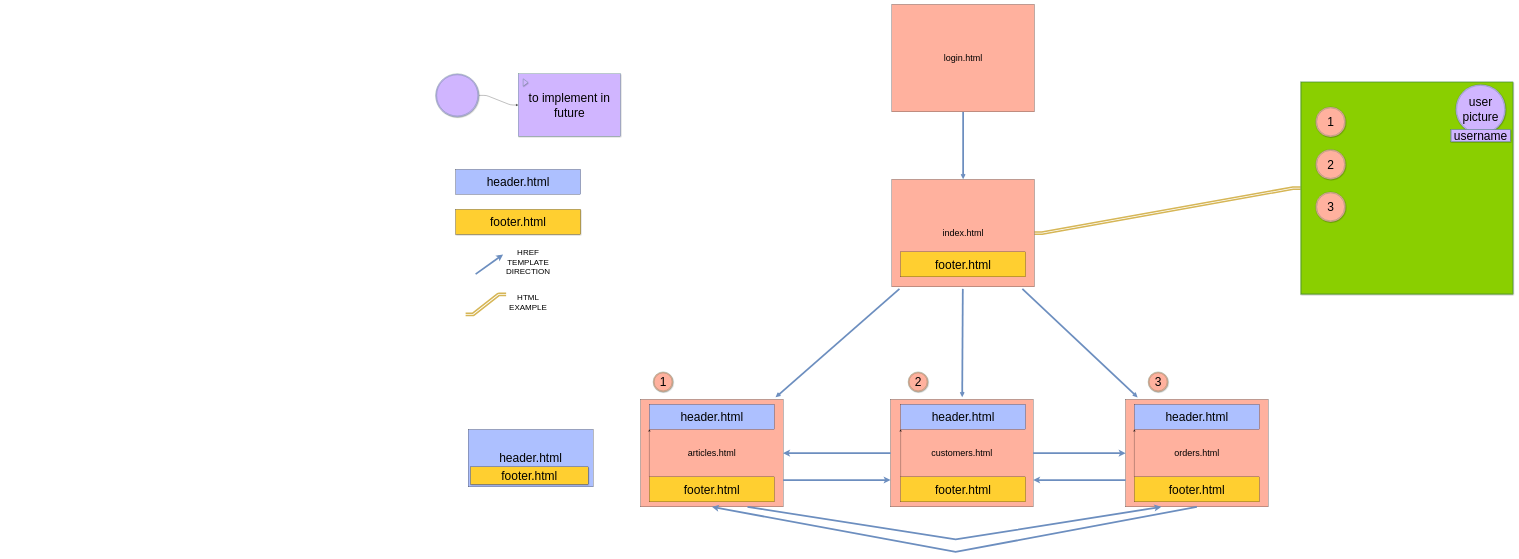
Earlier version of the draw.io diagram diagram_templates.drawio (DarthKenar/ElCanarioRegionales). Source tidied: cells renumbered, new cells numbered last; positions are measured from the earlier drawing's top-left corner, leaving out a move shared by most shapes. Both pictures are drawn from the tidied source at 25%, with x=0, y=0 at pixel (436, 4).
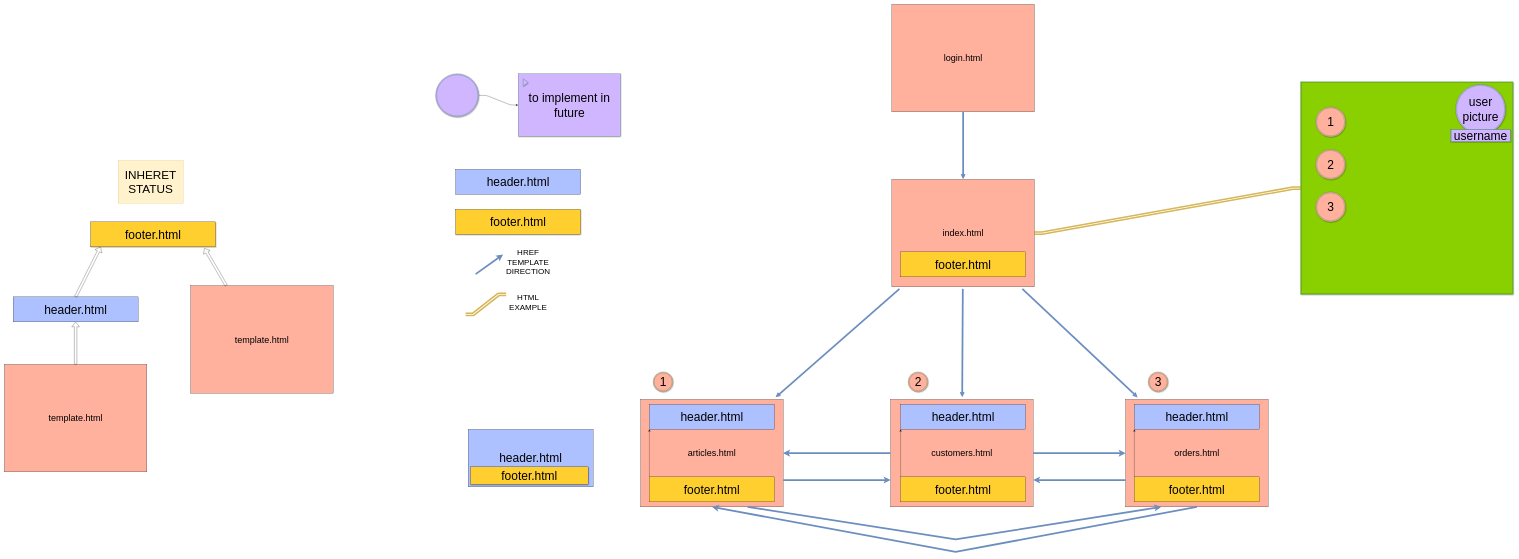
The same diagram, later.

Commit message:
📖 DOC:  diagram_templates updated

added inheret diagram 🧷

On branch master
Changes to be committed:
	modified:   diagram_templates.drawio

Change to the diagram source:
```diff
@@
+    <mxCell id="54" value="&lt;font style=&quot;font-size: 48px;&quot;&gt;footer.html&lt;/font&gt;" style="rounded=0;whiteSpace=wrap;html=1;shadow=1;fillColor=#FFCF30;" parent="1" vertex="1">
+      <mxGeometry x="-1380" y="870" width="500" height="100" as="geometry" />
+    </mxCell>
+    <mxCell id="55" value="&lt;font style=&quot;font-size: 48px;&quot;&gt;header.html&lt;/font&gt;" style="rounded=0;whiteSpace=wrap;html=1;fillColor=#ADC0FF;" parent="1" vertex="1">
+      <mxGeometry x="-1690" y="1170" width="500" height="100" as="geometry" />
+    </mxCell>
+    <mxCell id="56" style="shape=flexArrow;endArrow=classic;html=1;exitX=0.5;exitY=0;exitDx=0;exitDy=0;" parent="1" edge="1" source="55">
+      <mxGeometry relative="1" as="geometry">
+        <mxPoint x="-1340" y="970" as="targetPoint" />
+      </mxGeometry>
+    </mxCell>
+    <mxCell id="57" style="group;" parent="1" vertex="1">
+      <mxGeometry x="-1725" y="1440" width="570" height="430" as="geometry" />
+    </mxCell>
+    <mxCell id="58" value="template.html" style="rounded=0;whiteSpace=wrap;html=1;fontSize=36;fillColor=#FFB19E;" parent="57" vertex="1">
+      <mxGeometry width="570" height="430" as="geometry" />
+    </mxCell>
+    <mxCell id="59" style="group;" parent="1" vertex="1">
+      <mxGeometry x="-940" y="1055" width="570" height="430" as="geometry" />
+    </mxCell>
+    <mxCell id="60" value="template.html" style="rounded=0;whiteSpace=wrap;html=1;fontSize=36;fillColor=#FFB19E;" parent="59" vertex="1">
+      <mxGeometry x="-40" y="70" width="570" height="430" as="geometry" />
+    </mxCell>
+    <mxCell id="61" style="shape=flexArrow;endArrow=classic;html=1;exitX=0.5;exitY=0;exitDx=0;exitDy=0;exitPerimeter=0;" parent="1" edge="1" source="58">
+      <mxGeometry relative="1" as="geometry">
+        <mxPoint x="-1440" y="1270" as="targetPoint" />
+      </mxGeometry>
+    </mxCell>
+    <mxCell id="62" style="shape=flexArrow;endArrow=classic;html=1;entryX=0.91;entryY=1.05;entryDx=0;entryDy=0;entryPerimeter=0;exitX=0.25;exitY=0;exitDx=0;exitDy=0;" parent="1" edge="1" source="60" target="54">
+      <mxGeometry relative="1" as="geometry" />
+    </mxCell>
+    <mxCell id="63" value="&lt;font style=&quot;font-size: 47px&quot;&gt;INHERET&lt;br&gt;STATUS&lt;br&gt;&lt;/font&gt;" style="text;html=1;strokeColor=#d6b656;fillColor=#fff2cc;align=center;verticalAlign=middle;whiteSpace=wrap;rounded=0;" parent="1" vertex="1">
+      <mxGeometry x="-1270" y="625" width="260" height="170" as="geometry" />
+    </mxCell>
```
